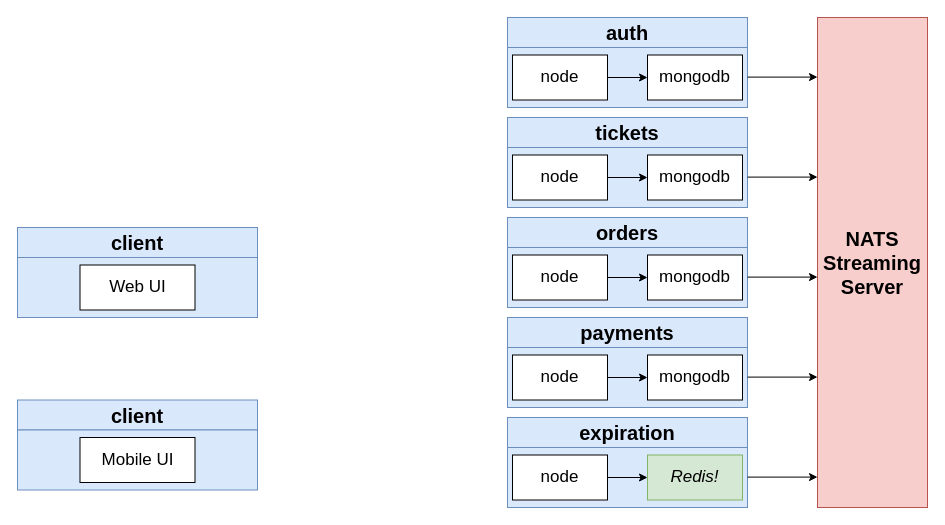
Earlier version of the draw.io diagram page "11 - design" (9 of 15) of week-8/microservices/0-diagrams/05/01.drawio (nagcloudlab/batch2). Source tidied: cells renumbered, new cells numbered last; positions are measured from the earlier drawing's top-left corner, leaving out a move shared by most shapes. Both pictures are drawn from the tidied source at 100%, with x=0, y=0 at pixel (17, 17).
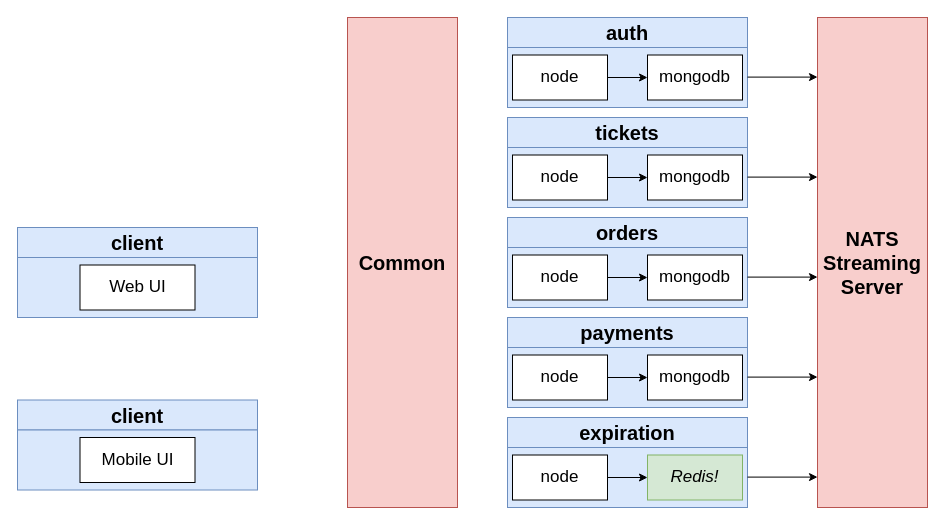
The same page after the edit.

What changed in the source:
```diff
@@
+    <mxCell id="39" value="Common" style="rounded=0;whiteSpace=wrap;html=1;fontSize=20;align=center;fillColor=#f8cecc;strokeColor=#b85450;fontStyle=1;" parent="1" vertex="1">
+      <mxGeometry x="330" width="110" height="490" as="geometry" />
+    </mxCell>
```
